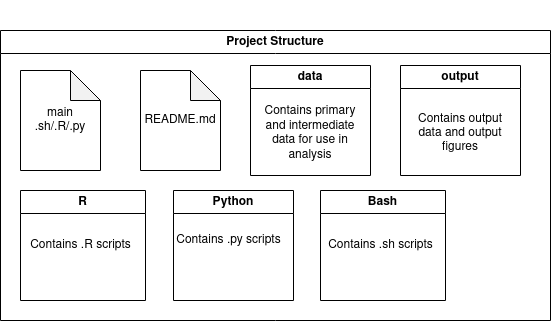
This is figs/projectStruture.png from GeoScripting-WUR/RProjectManagement, a draw.io export, as it was before one commit. Source tidied: cells renumbered, new cells last; positions are measured from the earlier drawing's top-left corner, leaving out a move shared by most shapes.
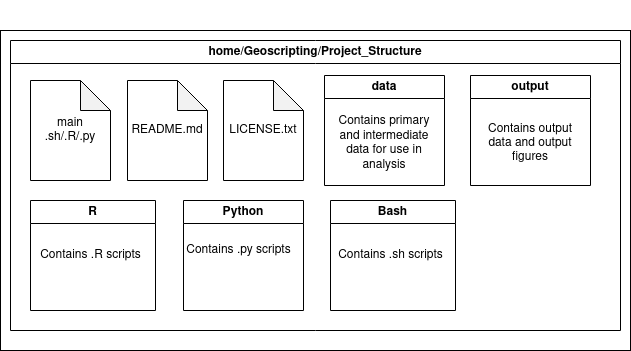
The same diagram one commit later.

What changed in the source:
```diff
@@ -2,8 +2,11 @@
   <root>
     <mxCell id="0" />
     <mxCell id="1" parent="0" />
+    <mxCell id="16" style="rounded=0;whiteSpace=wrap;html=1;glass=0;" parent="1" vertex="1">
+      <mxGeometry x="-10" y="30" width="630" height="320" as="geometry" />
+    </mxCell>
-    <mxCell id="2" value="Project Structure" style="swimlane;whiteSpace=wrap;html=1;" parent="1" vertex="1">
-      <mxGeometry y="30" width="550" height="290" as="geometry" />
+    <mxCell id="2" value="home/Geoscripting/Project_Structure" style="swimlane;whiteSpace=wrap;html=1;glass=0;" parent="1" vertex="1">
+      <mxGeometry y="40" width="610" height="290" as="geometry" />
     </mxCell>
     <mxCell id="3" value="Python" style="swimlane;whiteSpace=wrap;html=1;" parent="2" vertex="1">
       <mxGeometry x="173" y="160" width="120" height="110" as="geometry" />
@@ -27,20 +30,23 @@
       <mxGeometry x="20" y="40" width="80" height="100" as="geometry" />
     </mxCell>
     <mxCell id="10" value="data" style="swimlane;whiteSpace=wrap;html=1;" parent="2" vertex="1">
-      <mxGeometry x="250" y="35" width="120" height="110" as="geometry" />
+      <mxGeometry x="314" y="35" width="120" height="110" as="geometry" />
     </mxCell>
     <mxCell id="11" value="Contains primary and intermediate data for use in analysis" style="text;html=1;strokeColor=none;fillColor=none;align=center;verticalAlign=middle;whiteSpace=wrap;rounded=0;" parent="10" vertex="1">
       <mxGeometry x="5" y="35" width="110" height="65" as="geometry" />
     </mxCell>
     <mxCell id="12" value="output" style="swimlane;whiteSpace=wrap;html=1;" parent="2" vertex="1">
-      <mxGeometry x="400" y="35" width="120" height="110" as="geometry" />
+      <mxGeometry x="460" y="35" width="120" height="110" as="geometry" />
     </mxCell>
     <mxCell id="13" value="Contains output data and output figures" style="text;html=1;strokeColor=none;fillColor=none;align=center;verticalAlign=middle;whiteSpace=wrap;rounded=0;" parent="12" vertex="1">
       <mxGeometry x="5" y="35" width="110" height="65" as="geometry" />
     </mxCell>
     <mxCell id="14" value="README.md" style="shape=note;whiteSpace=wrap;html=1;backgroundOutline=1;darkOpacity=0.05;" parent="2" vertex="1">
-      <mxGeometry x="140" y="40" width="80" height="100" as="geometry" />
+      <mxGeometry x="117" y="40" width="80" height="100" as="geometry" />
     </mxCell>
+    <mxCell id="17" value="LICENSE.txt" style="shape=note;whiteSpace=wrap;html=1;backgroundOutline=1;darkOpacity=0.05;" parent="2" vertex="1">
+      <mxGeometry x="213" y="40" width="80" height="100" as="geometry" />
+    </mxCell>
     <mxCell id="15" value="&lt;div&gt;&lt;br&gt;&lt;/div&gt;" style="text;html=1;align=center;verticalAlign=middle;strokeColor=none;fillColor=none;" parent="1" vertex="1">
       <mxGeometry x="15" width="20" height="30" as="geometry" />
     </mxCell>
```
